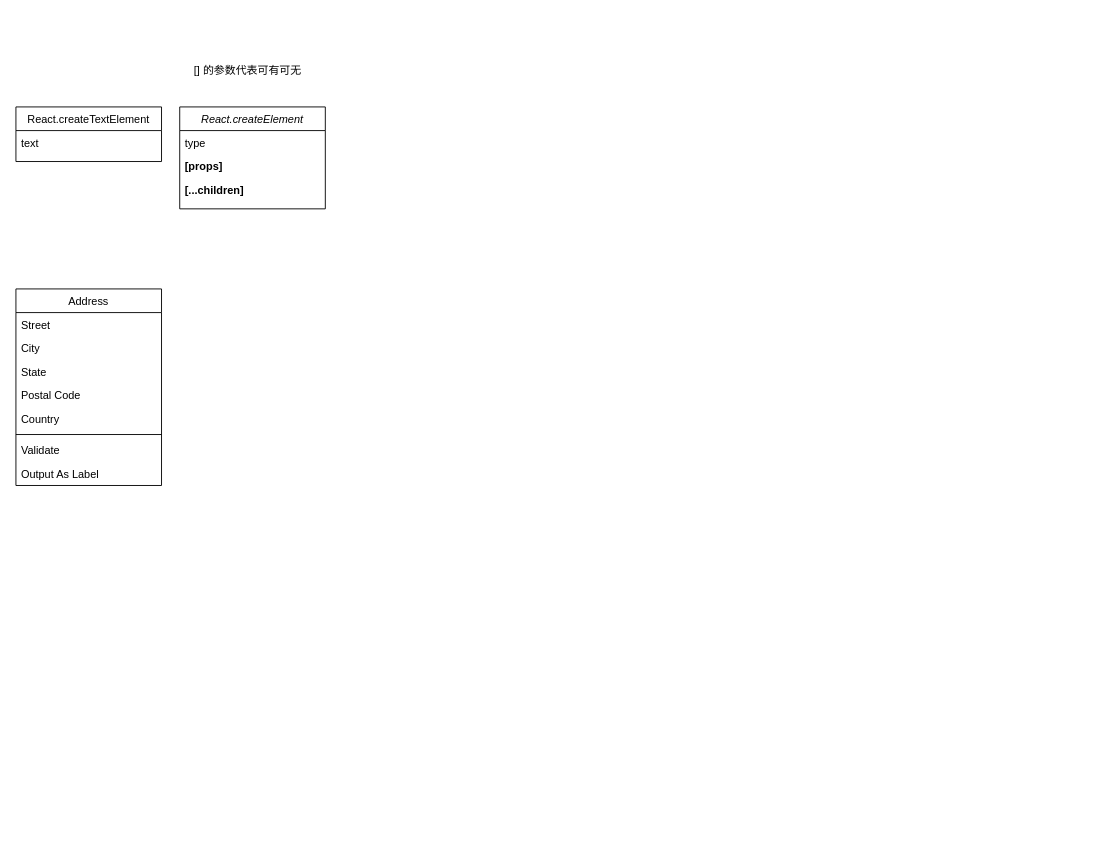
Before: Untitled Diagram.drawio in moonlightop/moonlightop.github.io, a draw.io diagram. Source tidied: cells renumbered, new cells numbered last; positions are measured from the earlier drawing's top-left corner, leaving out a move shared by most shapes. Both pictures are drawn from the tidied source at 91%, with x=0, y=0 at pixel (15, 61).
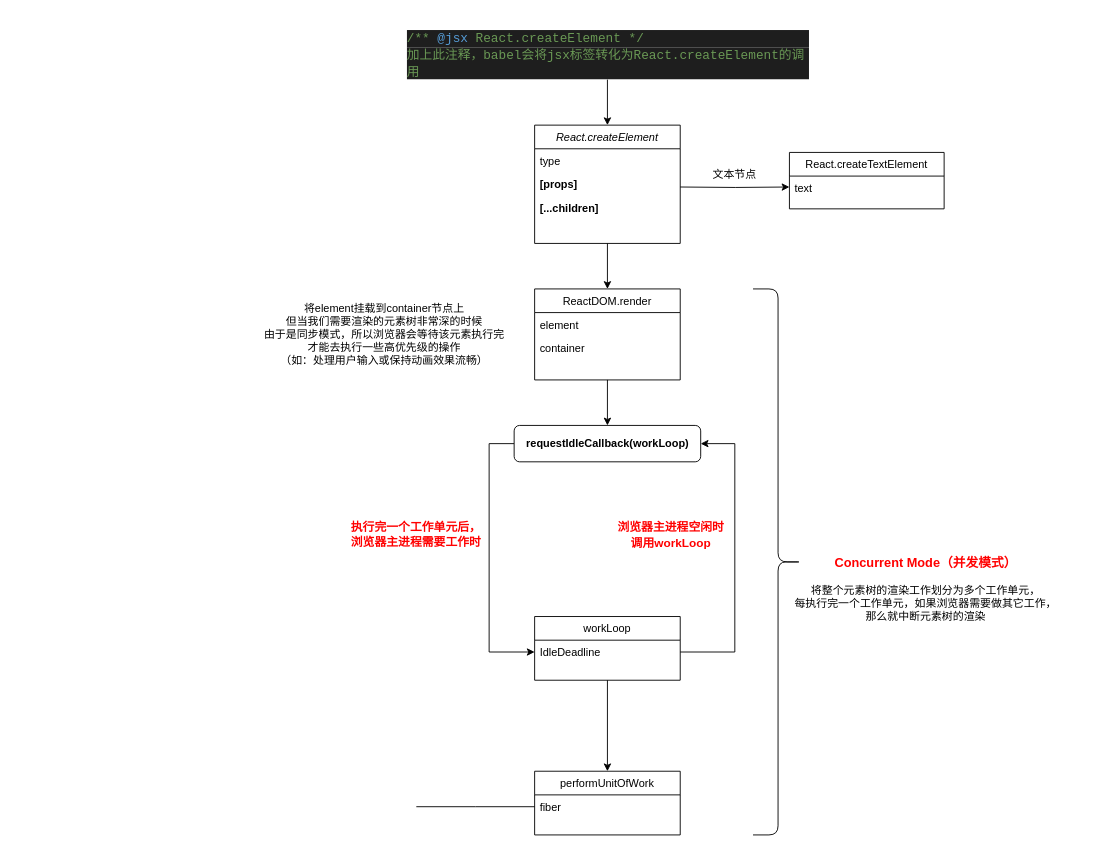
Above is the later version.

The edit, as a diff of the source:
```diff
@@
+    <mxCell id="18" style="edgeStyle=orthogonalEdgeStyle;rounded=0;jettySize=auto;html=1;exitX=0.5;exitY=1;exitDx=0;exitDy=0;entryX=0.5;entryY=0;entryDx=0;entryDy=0;" parent="1" edge="1" source="2" target="8">
+      <mxGeometry relative="1" as="geometry" />
+    </mxCell>
     <mxCell id="2" value="React.createElement" style="swimlane;fontStyle=2;align=center;verticalAlign=top;horizontal=1;startSize=26;rounded=0;shadow=0;strokeWidth=1;" parent="1" vertex="1">
-      <mxGeometry x="180" y="50" width="160" height="112" as="geometry" />
+      <mxGeometry x="570" y="70" width="160" height="130" as="geometry" />
     </mxCell>
@@
     <mxCell id="6" value="React.createTextElement" style="swimlane;fontStyle=0;align=center;verticalAlign=top;horizontal=1;startSize=26;rounded=0;shadow=0;strokeWidth=1;" parent="1" vertex="1">
-      <mxGeometry y="50" width="160" height="60" as="geometry" />
+      <mxGeometry x="850" y="100" width="170" height="62" as="geometry" />
     </mxCell>
     <mxCell id="7" value="text" style="text;align=left;verticalAlign=top;spacingLeft=4;spacingRight=4;overflow=hidden;points=[[0,0.5],[1,0.5]];portConstraint=eastwest;" parent="6" vertex="1">
-      <mxGeometry y="26" width="160" height="24" as="geometry" />
+      <mxGeometry y="26" width="170" height="24" as="geometry" />
     </mxCell>
+    <mxCell id="19" style="edgeStyle=orthogonalEdgeStyle;rounded=0;jettySize=auto;html=1;entryX=0.5;entryY=0;entryDx=0;entryDy=0;exitX=0.5;exitY=1;exitDx=0;exitDy=0;" parent="1" edge="1" source="8" target="35">
+      <mxGeometry relative="1" as="geometry" />
+    </mxCell>
-    <mxCell id="8" value="Address" style="swimlane;fontStyle=0;align=center;verticalAlign=top;horizontal=1;startSize=26;rounded=0;shadow=0;strokeWidth=1;" parent="1" vertex="1">
-      <mxGeometry y="250" width="160" height="216" as="geometry" />
+    <mxCell id="8" value="ReactDOM.render" style="swimlane;fontStyle=0;align=center;verticalAlign=top;horizontal=1;startSize=26;rounded=0;shadow=0;strokeWidth=1;" parent="1" vertex="1">
+      <mxGeometry x="570" y="250" width="160" height="100" as="geometry" />
     </mxCell>
-    <mxCell id="9" value="Street" style="text;align=left;verticalAlign=top;spacingLeft=4;spacingRight=4;overflow=hidden;" parent="8" vertex="1">
+    <mxCell id="9" value="element " style="text;align=left;verticalAlign=top;spacingLeft=4;spacingRight=4;overflow=hidden;" parent="8" vertex="1">
       <mxGeometry y="26" width="160" height="26" as="geometry" />
     </mxCell>
-    <mxCell id="10" value="City" style="text;align=left;verticalAlign=top;spacingLeft=4;spacingRight=4;overflow=hidden;rounded=0;shadow=0;html=0;" parent="8" vertex="1">
+    <mxCell id="10" value="container" style="text;align=left;verticalAlign=top;spacingLeft=4;spacingRight=4;overflow=hidden;rounded=0;shadow=0;html=0;" parent="8" vertex="1">
       <mxGeometry y="52" width="160" height="26" as="geometry" />
     </mxCell>
-    <mxCell id="11" value="State" style="text;align=left;verticalAlign=top;spacingLeft=4;spacingRight=4;overflow=hidden;rounded=0;shadow=0;html=0;" parent="8" vertex="1">
-      <mxGeometry y="78" width="160" height="26" as="geometry" />
-    </mxCell>
-    <mxCell id="12" value="Postal Code" style="text;align=left;verticalAlign=top;spacingLeft=4;spacingRight=4;overflow=hidden;rounded=0;shadow=0;html=0;" parent="8" vertex="1">
-      <mxGeometry y="104" width="160" height="26" as="geometry" />
-    </mxCell>
-    <mxCell id="13" value="Country" style="text;align=left;verticalAlign=top;spacingLeft=4;spacingRight=4;overflow=hidden;rounded=0;shadow=0;html=0;" parent="8" vertex="1">
-      <mxGeometry y="130" width="160" height="26" as="geometry" />
-    </mxCell>
-    <mxCell id="14" style="line;html=1;strokeWidth=1;align=left;verticalAlign=middle;spacingTop=-1;spacingLeft=3;spacingRight=3;labelPosition=right;" parent="8" vertex="1">
-      <mxGeometry y="156" width="160" height="8" as="geometry" />
-    </mxCell>
-    <mxCell id="15" value="Validate" style="text;align=left;verticalAlign=top;spacingLeft=4;spacingRight=4;overflow=hidden;" parent="8" vertex="1">
-      <mxGeometry y="164" width="160" height="26" as="geometry" />
-    </mxCell>
-    <mxCell id="16" value="Output As Label" style="text;align=left;verticalAlign=top;spacingLeft=4;spacingRight=4;overflow=hidden;" parent="8" vertex="1">
-      <mxGeometry y="190" width="160" height="26" as="geometry" />
-    </mxCell>
-    <mxCell id="17" value="[] 的参数代表可有可无" style="text;html=1;strokeColor=none;fillColor=none;align=center;verticalAlign=middle;whiteSpace=wrap;rounded=0;" parent="1" vertex="1">
-      <mxGeometry x="150" width="210" height="20" as="geometry" />
-    </mxCell>
+    <mxCell id="20" style="edgeStyle=orthogonalEdgeStyle;rounded=0;jettySize=auto;html=1;entryX=0.5;entryY=0;entryDx=0;entryDy=0;exitX=0.5;exitY=1;exitDx=0;exitDy=0;" parent="1" edge="1" source="21" target="2">
+      <mxGeometry relative="1" as="geometry" />
+    </mxCell>
+    <mxCell id="21" value="&lt;h1&gt;&lt;div style=&quot;color: rgb(212 , 212 , 212) ; background-color: rgb(30 , 30 , 30) ; font-family: &amp;#34;consolas&amp;#34; , &amp;#34;courier new&amp;#34; , monospace ; font-weight: normal ; font-size: 14px ; line-height: 19px&quot;&gt;&lt;span style=&quot;color: #6a9955&quot;&gt;/**&amp;nbsp;&lt;/span&gt;&lt;span style=&quot;color: #569cd6&quot;&gt;@jsx&lt;/span&gt;&lt;span style=&quot;color: #6a9955&quot;&gt;&amp;nbsp;React.createElement&amp;nbsp;*/&lt;/span&gt;&lt;/div&gt;&lt;div style=&quot;background-color: rgb(30 , 30 , 30) ; font-family: &amp;#34;consolas&amp;#34; , &amp;#34;courier new&amp;#34; , monospace ; font-weight: normal ; font-size: 14px ; line-height: 19px&quot;&gt;&lt;font color=&quot;#6a9955&quot;&gt;加上此注释，babel会将jsx标签转化为React.createElement的调用&lt;/font&gt;&lt;/div&gt;&lt;div style=&quot;background-color: rgb(30 , 30 , 30) ; font-family: &amp;#34;consolas&amp;#34; , &amp;#34;courier new&amp;#34; , monospace ; font-weight: normal ; font-size: 14px ; line-height: 19px&quot;&gt;&lt;font color=&quot;#6a9955&quot;&gt;&lt;br&gt;&lt;/font&gt;&lt;/div&gt;&lt;/h1&gt;" style="text;html=1;strokeColor=none;fillColor=none;spacing=5;spacingTop=-20;whiteSpace=wrap;overflow=hidden;rounded=0;" parent="1" vertex="1">
+      <mxGeometry x="425" y="-40" width="450" height="60" as="geometry" />
+    </mxCell>
+    <mxCell id="22" style="edgeStyle=orthogonalEdgeStyle;rounded=0;jettySize=auto;html=1;entryX=0;entryY=0.5;entryDx=0;entryDy=0;" parent="1" edge="1" target="7">
+      <mxGeometry relative="1" as="geometry">
+        <mxPoint x="730" y="138" as="sourcePoint" />
+      </mxGeometry>
+    </mxCell>
+    <mxCell id="23" value="文本节点" style="text;html=1;strokeColor=none;fillColor=none;align=center;verticalAlign=middle;whiteSpace=wrap;rounded=0;" parent="1" vertex="1">
+      <mxGeometry x="760" y="110" width="60" height="30" as="geometry" />
+    </mxCell>
+    <mxCell id="24" value="将element挂载到container节点上&lt;br&gt;但当我们需要渲染的元素树非常深的时候&lt;br&gt;由于是同步模式，所以浏览器会等待该元素执行完&lt;br&gt;才能去执行一些高优先级的操作&lt;br&gt;（如：处理用户输入或保持动画效果流畅）" style="text;html=1;strokeColor=none;fillColor=none;align=center;verticalAlign=middle;whiteSpace=wrap;rounded=0;" parent="1" vertex="1">
+      <mxGeometry x="240" y="250" width="330" height="100" as="geometry" />
+    </mxCell>
+    <mxCell id="25" style="edgeStyle=orthogonalEdgeStyle;rounded=0;jettySize=auto;html=1;entryX=0.5;entryY=0;entryDx=0;entryDy=0;" parent="1" edge="1" source="27" target="31">
+      <mxGeometry relative="1" as="geometry" />
+    </mxCell>
+    <mxCell id="26" style="edgeStyle=orthogonalEdgeStyle;rounded=0;jettySize=auto;html=1;exitX=1;exitY=0.5;exitDx=0;exitDy=0;entryX=1;entryY=0.5;entryDx=0;entryDy=0;" parent="1" edge="1" source="28" target="35">
+      <mxGeometry relative="1" as="geometry">
+        <Array as="points">
+          <mxPoint x="790" y="649" />
+          <mxPoint x="790" y="420" />
+        </Array>
+      </mxGeometry>
+    </mxCell>
+    <mxCell id="27" value="workLoop" style="swimlane;fontStyle=0;align=center;verticalAlign=top;horizontal=1;startSize=26;rounded=0;shadow=0;strokeWidth=1;" parent="1" vertex="1">
+      <mxGeometry x="570" y="610" width="160" height="70" as="geometry" />
+    </mxCell>
+    <mxCell id="28" value="IdleDeadline" style="text;align=left;verticalAlign=top;spacingLeft=4;spacingRight=4;overflow=hidden;points=[[0,0.5],[1,0.5]];portConstraint=eastwest;" parent="27" vertex="1">
+      <mxGeometry y="26" width="160" height="26" as="geometry" />
+    </mxCell>
+    <mxCell id="29" style="shape=curlyBracket;whiteSpace=wrap;html=1;rounded=1;flipH=1;" parent="1" vertex="1">
+      <mxGeometry x="810" y="250" width="55" height="600" as="geometry" />
+    </mxCell>
+    <mxCell id="30" value="&lt;b&gt;&lt;font style=&quot;font-size: 14px&quot; color=&quot;#ff0000&quot;&gt;Concurrent Mode（并发模式）&lt;/font&gt;&lt;/b&gt;&lt;br&gt;&lt;br&gt;将整个元素树的渲染工作划分为多个工作单元，&lt;br&gt;每执行完一个工作单元，如果浏览器需要做其它工作，&lt;br&gt;那么就中断元素树的渲染" style="text;html=1;strokeColor=none;fillColor=none;align=center;verticalAlign=middle;whiteSpace=wrap;rounded=0;" parent="1" vertex="1">
+      <mxGeometry x="820" y="540" width="360" height="80" as="geometry" />
+    </mxCell>
+    <mxCell id="31" value="performUnitOfWork" style="swimlane;fontStyle=0;align=center;verticalAlign=top;horizontal=1;startSize=26;rounded=0;shadow=0;strokeWidth=1;" parent="1" vertex="1">
+      <mxGeometry x="570" y="780" width="160" height="70" as="geometry" />
+    </mxCell>
+    <mxCell id="32" value="fiber" style="text;align=left;verticalAlign=top;spacingLeft=4;spacingRight=4;overflow=hidden;points=[[0,0.5],[1,0.5]];portConstraint=eastwest;" parent="31" vertex="1">
+      <mxGeometry y="26" width="160" height="26" as="geometry" />
+    </mxCell>
+    <mxCell id="33" value="&lt;font color=&quot;#ff0000&quot; style=&quot;font-size: 14px&quot;&gt;&lt;font style=&quot;font-size: 13px&quot;&gt;&lt;b&gt;浏览器主进程空闲时&lt;br&gt;调用workLoop&lt;/b&gt;&lt;/font&gt;&lt;br&gt;&lt;/font&gt;" style="text;html=1;strokeColor=none;fillColor=none;align=center;verticalAlign=middle;whiteSpace=wrap;rounded=0;" parent="1" vertex="1">
+      <mxGeometry x="640" y="500" width="160" height="40" as="geometry" />
+    </mxCell>
+    <mxCell id="34" style="edgeStyle=orthogonalEdgeStyle;rounded=0;jettySize=auto;html=1;entryX=0;entryY=0.5;entryDx=0;entryDy=0;exitX=0;exitY=0.5;exitDx=0;exitDy=0;" parent="1" edge="1" source="35" target="28">
+      <mxGeometry relative="1" as="geometry">
+        <Array as="points">
+          <mxPoint x="520" y="420" />
+          <mxPoint x="520" y="649" />
+        </Array>
+      </mxGeometry>
+    </mxCell>
+    <mxCell id="35" value="&lt;b&gt;requestIdleCallback(workLoop)&lt;/b&gt;" style="rounded=1;whiteSpace=wrap;html=1;" parent="1" vertex="1">
+      <mxGeometry x="547.5" y="400" width="205" height="40" as="geometry" />
+    </mxCell>
+    <mxCell id="36" value="&lt;font color=&quot;#ff0000&quot;&gt;&lt;b style=&quot;font-size: 13px&quot;&gt;&lt;font style=&quot;font-size: 13px&quot;&gt;执行完一个工作单元后，&lt;br&gt;浏览器主进程需要工作时&lt;/font&gt;&lt;/b&gt;&lt;br&gt;&lt;/font&gt;" style="text;html=1;strokeColor=none;fillColor=none;align=center;verticalAlign=middle;whiteSpace=wrap;rounded=0;" parent="1" vertex="1">
+      <mxGeometry x="350" y="500" width="180" height="40" as="geometry" />
+    </mxCell>
+    <mxCell id="37" style="edgeStyle=orthogonalEdgeStyle;jettySize=auto;html=1;curved=1;endArrow=none;endFill=0;" parent="1" edge="1" source="32">
+      <mxGeometry relative="1" as="geometry">
+        <mxPoint x="440" y="819" as="targetPoint" />
+      </mxGeometry>
+    </mxCell>
```
